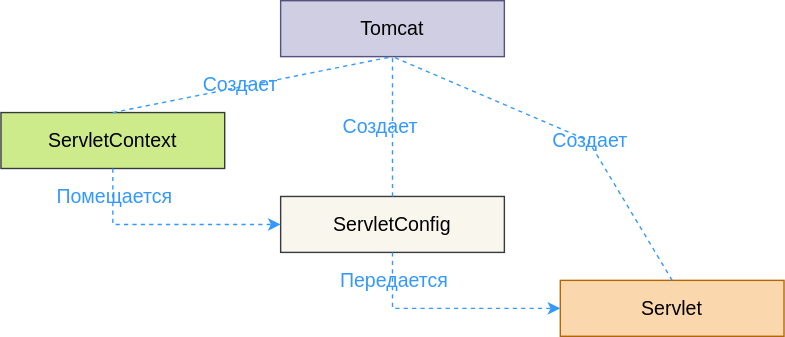
Before: java/java-ee/Сервлеты/img/servlet-config-context-together.drawio.svg, a diagram exported from draw.io (johnydotsville/a-notes). Source tidied: cells renumbered, new cells last; positions are measured from the earlier drawing's top-left corner, leaving out a move shared by most shapes. Source of this version:
```xml
<mxGraphModel>
  <root>
    <mxCell id="0" />
    <mxCell id="1" parent="0" />
    <mxCell id="2" value="Tomcat" style="text;html=1;strokeColor=#56517e;fillColor=#d0cee2;align=center;verticalAlign=middle;whiteSpace=wrap;rounded=0;fontSize=14;" parent="1" vertex="1">
      <mxGeometry x="200" width="160" height="40" as="geometry" />
    </mxCell>
    <mxCell id="3" value="ServletConfig" style="text;html=1;strokeColor=#36393d;fillColor=#f9f7ed;align=center;verticalAlign=middle;whiteSpace=wrap;rounded=0;fontSize=14;" parent="1" vertex="1">
      <mxGeometry x="200" y="140" width="160" height="40" as="geometry" />
    </mxCell>
    <mxCell id="4" value="ServletContext" style="text;html=1;strokeColor=#36393d;fillColor=#cdeb8b;align=center;verticalAlign=middle;whiteSpace=wrap;rounded=0;fontSize=14;" parent="1" vertex="1">
      <mxGeometry y="80" width="160" height="40" as="geometry" />
    </mxCell>
    <mxCell id="5" value="Servlet" style="text;html=1;strokeColor=#b46504;fillColor=#fad7ac;align=center;verticalAlign=middle;whiteSpace=wrap;rounded=0;fontSize=14;" parent="1" vertex="1">
      <mxGeometry x="400" y="200" width="160" height="40" as="geometry" />
    </mxCell>
    <mxCell id="6" style="endArrow=none;dashed=1;html=1;rounded=0;fontSize=14;entryX=0.5;entryY=1;entryDx=0;entryDy=0;exitX=0.5;exitY=0;exitDx=0;exitDy=0;fillColor=#cce5ff;strokeColor=#3399FF;" parent="1" edge="1" source="3" target="2">
      <mxGeometry relative="1" as="geometry" />
    </mxCell>
    <mxCell id="7" style="endArrow=none;dashed=1;html=1;rounded=0;fontSize=14;entryX=0.5;entryY=1;entryDx=0;entryDy=0;exitX=0.5;exitY=0;exitDx=0;exitDy=0;fillColor=#cce5ff;strokeColor=#3399FF;" parent="1" edge="1" source="4" target="2">
      <mxGeometry relative="1" as="geometry" />
    </mxCell>
    <mxCell id="8" value="Создает" style="edgeLabel;html=1;align=center;verticalAlign=middle;fontSize=14;fontColor=#3399FF;labelBackgroundColor=none;" parent="7" vertex="1">
      <mxGeometry x="-0.2" y="1" relative="1" as="geometry">
        <mxPoint x="10" y="-3" as="offset" />
      </mxGeometry>
    </mxCell>
    <mxCell id="9" style="endArrow=none;dashed=1;html=1;rounded=0;fontSize=14;exitX=0.5;exitY=0;exitDx=0;exitDy=0;fillColor=#cce5ff;strokeColor=#3399FF;" parent="1" edge="1" source="5">
      <mxGeometry relative="1" as="geometry">
        <mxPoint x="280" y="40" as="targetPoint" />
        <Array as="points">
          <mxPoint x="420" y="100" />
        </Array>
      </mxGeometry>
    </mxCell>
    <mxCell id="10" style="endArrow=classic;html=1;rounded=0;fontSize=14;dashed=1;entryX=0;entryY=0.5;entryDx=0;entryDy=0;exitX=0.5;exitY=1;exitDx=0;exitDy=0;fillColor=#cce5ff;strokeColor=#3399FF;" parent="1" edge="1" source="3" target="5">
      <mxGeometry relative="1" as="geometry">
        <Array as="points">
          <mxPoint x="280" y="220" />
        </Array>
      </mxGeometry>
    </mxCell>
    <mxCell id="11" style="endArrow=classic;html=1;rounded=0;fontSize=14;dashed=1;entryX=0;entryY=0.5;entryDx=0;entryDy=0;exitX=0.5;exitY=1;exitDx=0;exitDy=0;fillColor=#cce5ff;strokeColor=#3399FF;" parent="1" edge="1" source="4" target="3">
      <mxGeometry relative="1" as="geometry">
        <Array as="points">
          <mxPoint x="80" y="160" />
        </Array>
      </mxGeometry>
    </mxCell>
    <mxCell id="12" value="Создает" style="edgeLabel;html=1;align=center;verticalAlign=middle;fontSize=14;fontColor=#3399FF;labelBackgroundColor=none;" parent="1" vertex="1">
      <mxGeometry x="270" y="90" as="geometry" />
    </mxCell>
    <mxCell id="13" value="Создает" style="edgeLabel;html=1;align=center;verticalAlign=middle;fontSize=14;fontColor=#3399FF;labelBackgroundColor=none;" parent="1" vertex="1">
      <mxGeometry x="420" y="100" as="geometry" />
    </mxCell>
    <mxCell id="14" value="Помещается" style="edgeLabel;html=1;align=center;verticalAlign=middle;fontSize=14;fontColor=#3399FF;labelBackgroundColor=none;" parent="1" vertex="1">
      <mxGeometry x="80" y="140" as="geometry" />
    </mxCell>
    <mxCell id="15" value="Передается" style="edgeLabel;html=1;align=center;verticalAlign=middle;fontSize=14;fontColor=#3399FF;labelBackgroundColor=none;" parent="1" vertex="1">
      <mxGeometry x="280" y="200" as="geometry" />
    </mxCell>
  </root>
</mxGraphModel>
```
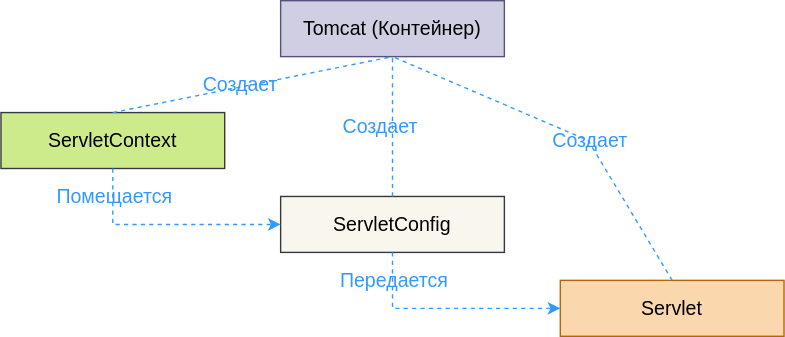
The same diagram one commit later.

What changed in the source:
```diff
@@ -2,7 +2,7 @@
   <root>
     <mxCell id="0" />
     <mxCell id="1" parent="0" />
-    <mxCell id="2" value="Tomcat" style="text;html=1;strokeColor=#56517e;fillColor=#d0cee2;align=center;verticalAlign=middle;whiteSpace=wrap;rounded=0;fontSize=14;" parent="1" vertex="1">
+    <mxCell id="2" value="Tomcat (Контейнер)" style="text;html=1;strokeColor=#56517e;fillColor=#d0cee2;align=center;verticalAlign=middle;whiteSpace=wrap;rounded=0;fontSize=14;" parent="1" vertex="1">
       <mxGeometry x="200" width="160" height="40" as="geometry" />
     </mxCell>
     <mxCell id="3" value="ServletConfig" style="text;html=1;strokeColor=#36393d;fillColor=#f9f7ed;align=center;verticalAlign=middle;whiteSpace=wrap;rounded=0;fontSize=14;" parent="1" vertex="1">
```
